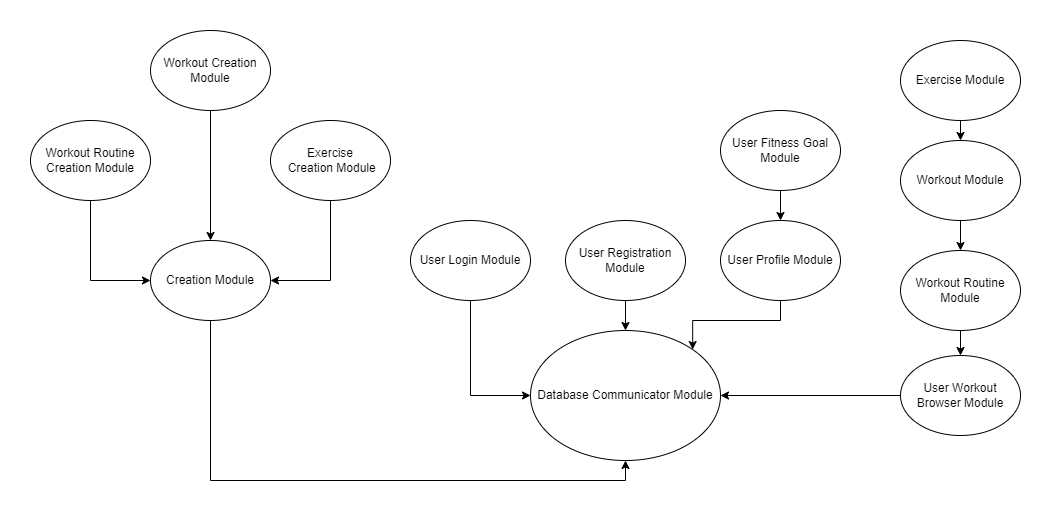
Before: docs/Design/MG/UsesHierarchy.png, a diagram exported from draw.io (dimitritsampiras/olympian-mobile-app). Source tidied: cells renumbered, new cells last; positions are measured from the earlier drawing's top-left corner, leaving out a move shared by most shapes.
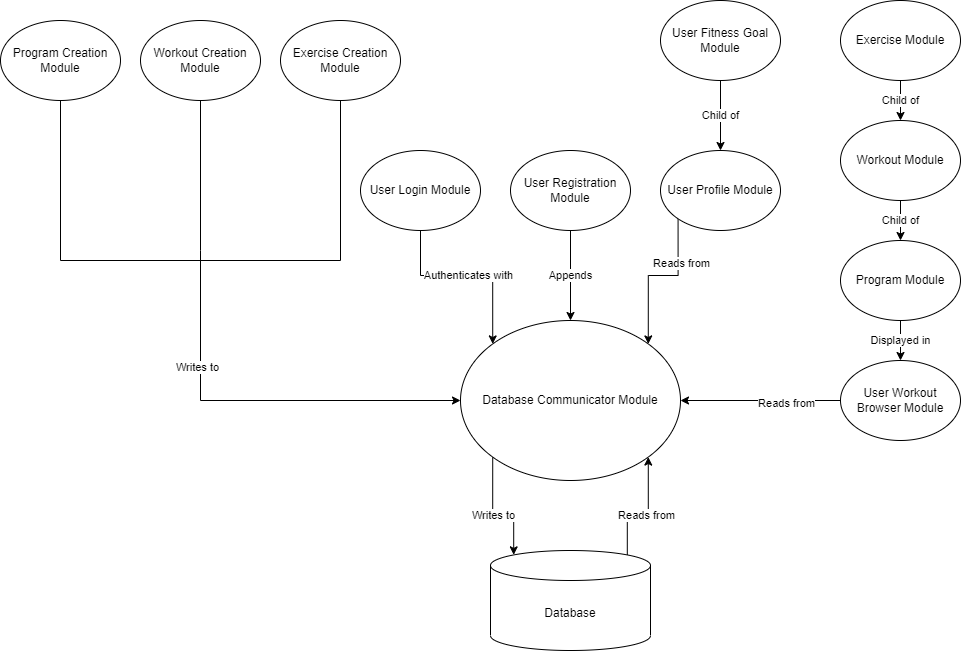
Later version of the same file.

What changed in the source:
```diff
@@ -1,86 +1,117 @@
 <mxGraphModel>
   <root>
-    <mxCell id="0" />
+    <mxCell id="0" style="html=1;" />
-    <mxCell id="1" parent="0" />
+    <mxCell id="1" style="html=1;" parent="0" />
-    <mxCell id="2" style="edgeStyle=orthogonalEdgeStyle;rounded=0;jettySize=auto;html=1;exitX=0.5;exitY=1;exitDx=0;exitDy=0;entryX=0.5;entryY=1;entryDx=0;entryDy=0;" parent="1" edge="1" source="3" target="10">
-      <mxGeometry relative="1" as="geometry" />
-    </mxCell>
-    <mxCell id="3" value="Creation Module&lt;br&gt;" style="ellipse;whiteSpace=wrap;html=1;" parent="1" vertex="1">
-      <mxGeometry x="120" y="210" width="120" height="80" as="geometry" />
-    </mxCell>
-    <mxCell id="4" style="edgeStyle=orthogonalEdgeStyle;rounded=0;jettySize=auto;html=1;exitX=0.5;exitY=1;exitDx=0;exitDy=0;entryX=0.5;entryY=0;entryDx=0;entryDy=0;" parent="1" edge="1" source="5" target="3">
-      <mxGeometry relative="1" as="geometry" />
-    </mxCell>
-    <mxCell id="5" value="Workout Creation Module" style="ellipse;whiteSpace=wrap;html=1;" parent="1" vertex="1">
-      <mxGeometry x="120" width="120" height="80" as="geometry" />
-    </mxCell>
-    <mxCell id="6" style="edgeStyle=orthogonalEdgeStyle;rounded=0;jettySize=auto;html=1;exitX=0.5;exitY=1;exitDx=0;exitDy=0;entryX=0;entryY=0.5;entryDx=0;entryDy=0;" parent="1" edge="1" source="7" target="3">
-      <mxGeometry relative="1" as="geometry" />
-    </mxCell>
-    <mxCell id="7" value="Workout Routine Creation Module" style="ellipse;whiteSpace=wrap;html=1;" parent="1" vertex="1">
-      <mxGeometry y="90" width="120" height="80" as="geometry" />
-    </mxCell>
-    <mxCell id="8" style="edgeStyle=orthogonalEdgeStyle;rounded=0;jettySize=auto;html=1;exitX=0.5;exitY=1;exitDx=0;exitDy=0;entryX=1;entryY=0.5;entryDx=0;entryDy=0;" parent="1" edge="1" source="9" target="3">
-      <mxGeometry relative="1" as="geometry" />
-    </mxCell>
-    <mxCell id="9" value="Exercise&lt;br&gt;&amp;nbsp;Creation Module" style="ellipse;whiteSpace=wrap;html=1;" parent="1" vertex="1">
-      <mxGeometry x="240" y="90" width="120" height="80" as="geometry" />
-    </mxCell>
-    <mxCell id="10" value="Database Communicator Module" style="ellipse;whiteSpace=wrap;html=1;" parent="1" vertex="1">
-      <mxGeometry x="500" y="300" width="190" height="130" as="geometry" />
-    </mxCell>
-    <mxCell id="11" style="edgeStyle=orthogonalEdgeStyle;rounded=0;jettySize=auto;html=1;exitX=0.5;exitY=1;exitDx=0;exitDy=0;entryX=1;entryY=0;entryDx=0;entryDy=0;" parent="1" edge="1" source="12" target="10">
-      <mxGeometry relative="1" as="geometry">
-        <Array as="points">
-          <mxPoint x="750" y="290" />
-          <mxPoint x="662" y="290" />
-        </Array>
-      </mxGeometry>
-    </mxCell>
-    <mxCell id="12" value="User Profile Module" style="ellipse;whiteSpace=wrap;html=1;" parent="1" vertex="1">
-      <mxGeometry x="690" y="190" width="120" height="80" as="geometry" />
-    </mxCell>
+    <mxCell id="15" value="Authenticates with" style="edgeStyle=orthogonalEdgeStyle;rounded=0;jettySize=auto;html=1;exitX=0.5;exitY=1;exitDx=0;exitDy=0;entryX=0;entryY=0;entryDx=0;entryDy=0;" parent="1" edge="1" source="16" target="10">
+      <mxGeometry relative="1" as="geometry" />
+    </mxCell>
+    <mxCell id="16" value="User Login Module" style="ellipse;whiteSpace=wrap;html=1;" parent="1" vertex="1">
+      <mxGeometry x="220" y="420" width="120" height="80" as="geometry" />
+    </mxCell>
+    <mxCell id="19" value="Child of" style="edgeStyle=orthogonalEdgeStyle;rounded=0;jettySize=auto;html=1;exitX=0.5;exitY=1;exitDx=0;exitDy=0;entryX=0.5;entryY=0;entryDx=0;entryDy=0;" parent="1" edge="1" source="20" target="26">
+      <mxGeometry relative="1" as="geometry" />
+    </mxCell>
+    <mxCell id="20" value="Exercise Module" style="ellipse;whiteSpace=wrap;html=1;" parent="1" vertex="1">
+      <mxGeometry x="700" y="270" width="120" height="80" as="geometry" />
+    </mxCell>
+    <mxCell id="27" value="Displayed in" style="edgeStyle=orthogonalEdgeStyle;rounded=0;jettySize=auto;html=1;exitX=0.5;exitY=1;exitDx=0;exitDy=0;entryX=0.5;entryY=0;entryDx=0;entryDy=0;" parent="1" edge="1" source="28" target="22">
+      <mxGeometry relative="1" as="geometry" />
+    </mxCell>
+    <mxCell id="28" value="Program Module" style="ellipse;whiteSpace=wrap;html=1;" parent="1" vertex="1">
+      <mxGeometry x="700" y="510" width="120" height="80" as="geometry" />
+    </mxCell>
-    <mxCell id="13" style="edgeStyle=orthogonalEdgeStyle;rounded=0;jettySize=auto;html=1;exitX=0.5;exitY=1;exitDx=0;exitDy=0;entryX=0.5;entryY=0;entryDx=0;entryDy=0;" parent="1" edge="1" source="14" target="10">
+    <mxCell id="13" value="Appends" style="edgeStyle=orthogonalEdgeStyle;rounded=0;jettySize=auto;html=1;exitX=0.5;exitY=1;exitDx=0;exitDy=0;entryX=0.5;entryY=0;entryDx=0;entryDy=0;" parent="1" edge="1" source="14" target="10">
       <mxGeometry relative="1" as="geometry" />
     </mxCell>
     <mxCell id="14" value="User Registration Module" style="ellipse;whiteSpace=wrap;html=1;" parent="1" vertex="1">
-      <mxGeometry x="535" y="190" width="120" height="80" as="geometry" />
+      <mxGeometry x="370" y="420" width="120" height="80" as="geometry" />
     </mxCell>
-    <mxCell id="15" style="edgeStyle=orthogonalEdgeStyle;rounded=0;jettySize=auto;html=1;exitX=0.5;exitY=1;exitDx=0;exitDy=0;entryX=0;entryY=0.5;entryDx=0;entryDy=0;" parent="1" edge="1" source="16" target="10">
-      <mxGeometry relative="1" as="geometry" />
-    </mxCell>
-    <mxCell id="16" value="User Login Module" style="ellipse;whiteSpace=wrap;html=1;" parent="1" vertex="1">
-      <mxGeometry x="380" y="190" width="120" height="80" as="geometry" />
-    </mxCell>
+    <mxCell id="29" value="Child of" style="edgeStyle=orthogonalEdgeStyle;rounded=0;jettySize=auto;html=1;exitX=0.5;exitY=1;exitDx=0;exitDy=0;entryX=0.5;entryY=0;entryDx=0;entryDy=0;" parent="1" edge="1" source="26" target="28">
+      <mxGeometry relative="1" as="geometry" />
+    </mxCell>
+    <mxCell id="26" value="Workout Module" style="ellipse;whiteSpace=wrap;html=1;" parent="1" vertex="1">
+      <mxGeometry x="700" y="390" width="120" height="80" as="geometry" />
+    </mxCell>
+    <mxCell id="30" style="edgeStyle=orthogonalEdgeStyle;rounded=0;jettySize=auto;html=1;exitX=0.5;exitY=1;exitDx=0;exitDy=0;endArrow=none;endFill=0;" parent="1" edge="1" source="31">
+      <mxGeometry relative="1" as="geometry">
+        <mxPoint x="60" y="530" as="targetPoint" />
+        <Array as="points">
+          <mxPoint x="-80" y="530" />
+        </Array>
+      </mxGeometry>
+    </mxCell>
+    <mxCell id="31" value="Program Creation Module" style="ellipse;whiteSpace=wrap;html=1;" parent="1" vertex="1">
+      <mxGeometry x="-140" y="290" width="120" height="80" as="geometry" />
+    </mxCell>
+    <mxCell id="32" style="edgeStyle=orthogonalEdgeStyle;rounded=0;jettySize=auto;html=1;exitX=0.5;exitY=1;exitDx=0;exitDy=0;endArrow=none;endFill=0;" parent="1" edge="1" source="5">
+      <mxGeometry relative="1" as="geometry">
+        <mxPoint x="60" y="520" as="targetPoint" />
+      </mxGeometry>
+    </mxCell>
+    <mxCell id="5" value="Workout Creation Module" style="ellipse;whiteSpace=wrap;html=1;" parent="1" vertex="1">
+      <mxGeometry y="290" width="120" height="80" as="geometry" />
+    </mxCell>
+    <mxCell id="33" style="edgeStyle=orthogonalEdgeStyle;rounded=0;jettySize=auto;html=1;exitX=0.5;exitY=1;exitDx=0;exitDy=0;entryX=0;entryY=0.5;entryDx=0;entryDy=0;" parent="1" edge="1" target="10">
+      <mxGeometry relative="1" as="geometry">
+        <mxPoint x="60" y="520" as="sourcePoint" />
+        <Array as="points">
+          <mxPoint x="60" y="670" />
+        </Array>
+      </mxGeometry>
+    </mxCell>
+    <mxCell id="34" value="Writes to" style="edgeLabel;html=1;align=center;verticalAlign=middle;" parent="33" vertex="1">
+      <mxGeometry x="-0.44" y="-4" relative="1" as="geometry">
+        <mxPoint y="1" as="offset" />
+      </mxGeometry>
+    </mxCell>
+    <mxCell id="21" style="edgeStyle=orthogonalEdgeStyle;rounded=0;jettySize=auto;html=1;exitX=0;exitY=0.5;exitDx=0;exitDy=0;" parent="1" edge="1" source="22" target="10">
+      <mxGeometry relative="1" as="geometry" />
+    </mxCell>
+    <mxCell id="35" value="Reads from" style="edgeLabel;html=1;align=center;verticalAlign=middle;" parent="21" vertex="1">
+      <mxGeometry x="-0.31" y="2" relative="1" as="geometry" />
+    </mxCell>
+    <mxCell id="22" value="User Workout Browser Module" style="ellipse;whiteSpace=wrap;html=1;" parent="1" vertex="1">
+      <mxGeometry x="700" y="630" width="120" height="80" as="geometry" />
+    </mxCell>
-    <mxCell id="17" style="edgeStyle=orthogonalEdgeStyle;rounded=0;jettySize=auto;html=1;exitX=0.5;exitY=1;exitDx=0;exitDy=0;entryX=0.5;entryY=0;entryDx=0;entryDy=0;" parent="1" edge="1" source="18" target="12">
+    <mxCell id="17" value="Child of" style="edgeStyle=orthogonalEdgeStyle;rounded=0;jettySize=auto;html=1;exitX=0.5;exitY=1;exitDx=0;exitDy=0;entryX=0.5;entryY=0;entryDx=0;entryDy=0;" parent="1" edge="1" source="18" target="12">
       <mxGeometry relative="1" as="geometry" />
     </mxCell>
     <mxCell id="18" value="User Fitness Goal Module" style="ellipse;whiteSpace=wrap;html=1;" parent="1" vertex="1">
-      <mxGeometry x="690" y="80" width="120" height="80" as="geometry" />
+      <mxGeometry x="520" y="270" width="120" height="80" as="geometry" />
     </mxCell>
-    <mxCell id="19" style="edgeStyle=orthogonalEdgeStyle;rounded=0;jettySize=auto;html=1;exitX=0.5;exitY=1;exitDx=0;exitDy=0;entryX=0.5;entryY=0;entryDx=0;entryDy=0;" parent="1" edge="1" source="20" target="26">
-      <mxGeometry relative="1" as="geometry" />
-    </mxCell>
-    <mxCell id="20" value="Exercise Module" style="ellipse;whiteSpace=wrap;html=1;" parent="1" vertex="1">
-      <mxGeometry x="870" y="10" width="120" height="80" as="geometry" />
-    </mxCell>
-    <mxCell id="21" style="edgeStyle=orthogonalEdgeStyle;rounded=0;jettySize=auto;html=1;exitX=0;exitY=0.5;exitDx=0;exitDy=0;entryX=1;entryY=0.5;entryDx=0;entryDy=0;" parent="1" edge="1" source="22" target="10">
-      <mxGeometry relative="1" as="geometry" />
-    </mxCell>
-    <mxCell id="22" value="User Workout Browser Module" style="ellipse;whiteSpace=wrap;html=1;" parent="1" vertex="1">
-      <mxGeometry x="870" y="325" width="120" height="80" as="geometry" />
-    </mxCell>
-    <mxCell id="23" style="edgeStyle=orthogonalEdgeStyle;rounded=0;jettySize=auto;html=1;exitX=0.5;exitY=1;exitDx=0;exitDy=0;entryX=0.5;entryY=0;entryDx=0;entryDy=0;" parent="1" edge="1" source="24" target="22">
-      <mxGeometry relative="1" as="geometry" />
-    </mxCell>
-    <mxCell id="24" value="Workout Routine Module" style="ellipse;whiteSpace=wrap;html=1;" parent="1" vertex="1">
-      <mxGeometry x="870" y="220" width="120" height="80" as="geometry" />
-    </mxCell>
-    <mxCell id="25" style="edgeStyle=orthogonalEdgeStyle;rounded=0;jettySize=auto;html=1;exitX=0.5;exitY=1;exitDx=0;exitDy=0;entryX=0.5;entryY=0;entryDx=0;entryDy=0;" parent="1" edge="1" source="26" target="24">
-      <mxGeometry relative="1" as="geometry" />
-    </mxCell>
-    <mxCell id="26" value="Workout Module" style="ellipse;whiteSpace=wrap;html=1;" parent="1" vertex="1">
-      <mxGeometry x="870" y="110" width="120" height="80" as="geometry" />
-    </mxCell>
+    <mxCell id="11" style="edgeStyle=orthogonalEdgeStyle;rounded=0;jettySize=auto;html=1;exitX=0;exitY=1;exitDx=0;exitDy=0;entryX=1;entryY=0;entryDx=0;entryDy=0;" parent="1" edge="1" source="12" target="10">
+      <mxGeometry relative="1" as="geometry" />
+    </mxCell>
+    <mxCell id="36" value="Reads from" style="edgeLabel;html=1;align=center;verticalAlign=middle;" parent="11" vertex="1">
+      <mxGeometry x="-0.42" y="3" relative="1" as="geometry">
+        <mxPoint y="-1" as="offset" />
+      </mxGeometry>
+    </mxCell>
+    <mxCell id="12" value="User Profile Module" style="ellipse;whiteSpace=wrap;html=1;" parent="1" vertex="1">
+      <mxGeometry x="520" y="420" width="120" height="80" as="geometry" />
+    </mxCell>
+    <mxCell id="37" style="edgeStyle=orthogonalEdgeStyle;rounded=0;jettySize=auto;html=1;exitX=0.5;exitY=1;exitDx=0;exitDy=0;endArrow=none;endFill=0;" parent="1" edge="1" source="9">
+      <mxGeometry relative="1" as="geometry">
+        <mxPoint x="60" y="530" as="targetPoint" />
+        <Array as="points">
+          <mxPoint x="200" y="530" />
+        </Array>
+      </mxGeometry>
+    </mxCell>
+    <mxCell id="9" value="Exercise Creation Module" style="ellipse;whiteSpace=wrap;html=1;" parent="1" vertex="1">
+      <mxGeometry x="140" y="290" width="120" height="80" as="geometry" />
+    </mxCell>
+    <mxCell id="38" value="Reads from" style="edgeStyle=orthogonalEdgeStyle;rounded=0;jettySize=auto;html=1;exitX=0.855;exitY=0;exitDx=0;exitDy=4.35;exitPerimeter=0;entryX=1;entryY=1;entryDx=0;entryDy=0;" parent="1" edge="1" source="39" target="10">
+      <mxGeometry relative="1" as="geometry" />
+    </mxCell>
+    <mxCell id="39" value="Database" style="shape=cylinder3;whiteSpace=wrap;html=1;boundedLbl=1;backgroundOutline=1;size=15;" parent="1" vertex="1">
+      <mxGeometry x="350" y="820" width="160" height="100" as="geometry" />
+    </mxCell>
+    <mxCell id="40" value="Writes to" style="edgeStyle=orthogonalEdgeStyle;rounded=0;jettySize=auto;html=1;exitX=0;exitY=1;exitDx=0;exitDy=0;entryX=0.145;entryY=0;entryDx=0;entryDy=4.35;entryPerimeter=0;" parent="1" edge="1" source="10" target="39">
+      <mxGeometry relative="1" as="geometry" />
+    </mxCell>
+    <mxCell id="10" value="Database Communicator Module" style="ellipse;whiteSpace=wrap;html=1;" parent="1" vertex="1">
+      <mxGeometry x="320" y="590" width="220" height="160" as="geometry" />
+    </mxCell>
   </root>
 </mxGraphModel>
```
